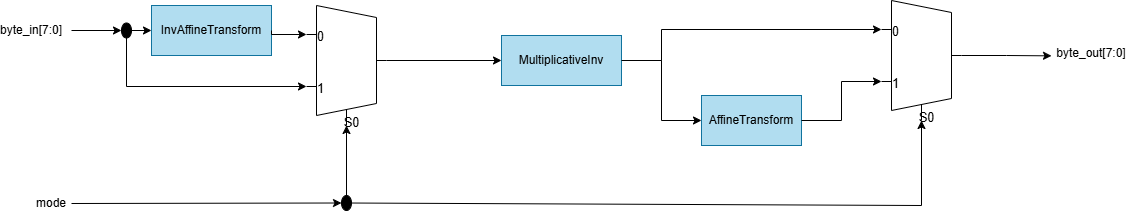
The draw.io diagram media/SBoxCombinationalLogic.png in LQLManZz/AES128-Verilog, before a commit. Source tidied: cells renumbered, new cells last; positions are measured from the earlier drawing's top-left corner, leaving out a move shared by most shapes.
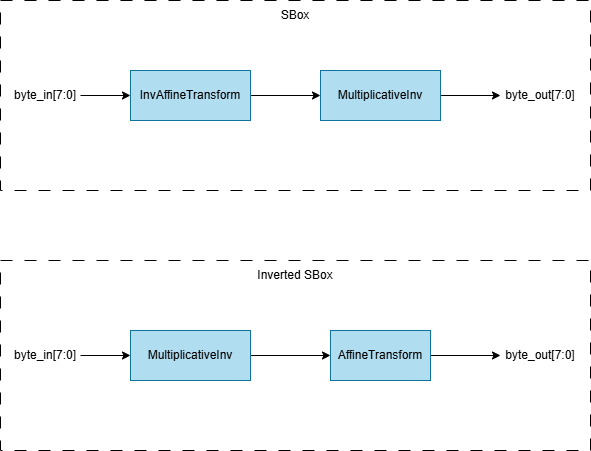
The same file after the commit.

The edit, as a diff of the source:
```diff
@@ -2,95 +2,68 @@
   <root>
     <mxCell id="0" />
     <mxCell id="1" parent="0" />
+    <mxCell id="24" style="group;" parent="1" vertex="1">
+      <mxGeometry x="20" y="195" width="590" height="190" as="geometry" />
+    </mxCell>
+    <mxCell id="25" style="whiteSpace=wrap;html=1;dashed=1;dashPattern=12 12;fillColor=none;" parent="24" vertex="1">
+      <mxGeometry width="590" height="190" as="geometry" />
+    </mxCell>
+    <mxCell id="26" value="Inverted SBox" style="text;html=1;whiteSpace=wrap;strokeColor=none;fillColor=none;align=center;verticalAlign=middle;rounded=0;" parent="24" vertex="1">
+      <mxGeometry x="245" width="100" height="30" as="geometry" />
+    </mxCell>
+    <mxCell id="27" style="edgeStyle=orthogonalEdgeStyle;rounded=0;jettySize=auto;html=1;" parent="24" edge="1" source="9" target="23">
+      <mxGeometry relative="1" as="geometry" />
+    </mxCell>
+    <mxCell id="9" value="AffineTransform" style="rounded=0;whiteSpace=wrap;html=1;fillColor=#b1ddf0;strokeColor=#10739e;" parent="24" vertex="1">
+      <mxGeometry x="330" y="70" width="100" height="50" as="geometry" />
+    </mxCell>
+    <mxCell id="23" value="byte_out[7:0]" style="text;html=1;whiteSpace=wrap;strokeColor=none;fillColor=none;align=center;verticalAlign=middle;rounded=0;" parent="24" vertex="1">
+      <mxGeometry x="500" y="80" width="80" height="30" as="geometry" />
+    </mxCell>
+    <mxCell id="28" style="edgeStyle=orthogonalEdgeStyle;rounded=0;jettySize=auto;html=1;" parent="24" edge="1" source="29" target="9">
+      <mxGeometry relative="1" as="geometry" />
+    </mxCell>
+    <mxCell id="29" value="MultiplicativeInv" style="rounded=0;whiteSpace=wrap;html=1;fillColor=#b1ddf0;strokeColor=#10739e;" parent="24" vertex="1">
+      <mxGeometry x="130" y="70" width="120" height="50" as="geometry" />
+    </mxCell>
+    <mxCell id="30" style="edgeStyle=orthogonalEdgeStyle;rounded=0;jettySize=auto;html=1;" parent="24" edge="1" source="31" target="29">
+      <mxGeometry relative="1" as="geometry" />
+    </mxCell>
+    <mxCell id="31" value="byte_in[7:0]" style="text;html=1;whiteSpace=wrap;strokeColor=none;fillColor=none;align=center;verticalAlign=middle;rounded=0;" parent="24" vertex="1">
+      <mxGeometry x="10" y="80" width="70" height="30" as="geometry" />
+    </mxCell>
+    <mxCell id="32" style="group;" parent="1" vertex="1">
+      <mxGeometry x="20" y="-65" width="590" height="190" as="geometry" />
+    </mxCell>
+    <mxCell id="33" style="edgeStyle=orthogonalEdgeStyle;rounded=0;jettySize=auto;html=1;" parent="32" edge="1" source="2" target="8">
+      <mxGeometry relative="1" as="geometry" />
+    </mxCell>
-    <mxCell id="2" value="InvAffineTransform" style="rounded=0;whiteSpace=wrap;html=1;fillColor=#b1ddf0;strokeColor=#10739e;" parent="1" vertex="1">
-      <mxGeometry x="150" y="5" width="120" height="50" as="geometry" />
+    <mxCell id="2" value="InvAffineTransform" style="rounded=0;whiteSpace=wrap;html=1;fillColor=#b1ddf0;strokeColor=#10739e;" parent="32" vertex="1">
+      <mxGeometry x="130" y="70" width="120" height="50" as="geometry" />
     </mxCell>
-    <mxCell id="3" style="edgeStyle=orthogonalEdgeStyle;rounded=0;jettySize=auto;html=1;exitX=1;exitY=0.5;exitDx=0;exitDy=-5;exitPerimeter=0;entryX=0;entryY=0.5;entryDx=0;entryDy=0;" parent="1" edge="1" source="4" target="8">
-      <mxGeometry relative="1" as="geometry" />
-    </mxCell>
-    <mxCell id="4" style="shadow=0;dashed=0;align=center;html=1;strokeWidth=1;shape=mxgraph.electrical.abstract.mux2;whiteSpace=wrap;fontSize=25;" parent="1" vertex="1">
-      <mxGeometry x="305" y="5" width="80" height="120" as="geometry" />
-    </mxCell>
-    <mxCell id="5" style="edgeStyle=orthogonalEdgeStyle;rounded=0;jettySize=auto;html=1;exitX=1;exitY=0.5;exitDx=0;exitDy=-5;exitPerimeter=0;" parent="1" edge="1" source="6">
-      <mxGeometry relative="1" as="geometry">
-        <mxPoint x="1050" y="55.3" as="targetPoint" />
-      </mxGeometry>
-    </mxCell>
-    <mxCell id="6" style="shadow=0;dashed=0;align=center;html=1;strokeWidth=1;shape=mxgraph.electrical.abstract.mux2;whiteSpace=wrap;perimeterSpacing=0;fontSize=25;" parent="1" vertex="1">
-      <mxGeometry x="880" width="80" height="120" as="geometry" />
-    </mxCell>
-    <mxCell id="7" style="edgeStyle=orthogonalEdgeStyle;rounded=0;jettySize=auto;html=1;exitX=1;exitY=0.5;exitDx=0;exitDy=0;entryX=0;entryY=0.5;entryDx=0;entryDy=0;curved=0;" parent="1" edge="1" source="8" target="9">
-      <mxGeometry relative="1" as="geometry" />
-    </mxCell>
+    <mxCell id="34" style="edgeStyle=orthogonalEdgeStyle;rounded=0;jettySize=auto;html=1;" parent="32" edge="1" source="8" target="36">
+      <mxGeometry relative="1" as="geometry" />
+    </mxCell>
-    <mxCell id="8" value="MultiplicativeInv" style="rounded=0;whiteSpace=wrap;html=1;fillColor=#b1ddf0;strokeColor=#10739e;" parent="1" vertex="1">
-      <mxGeometry x="500" y="35" width="120" height="50" as="geometry" />
+    <mxCell id="8" value="MultiplicativeInv" style="rounded=0;whiteSpace=wrap;html=1;fillColor=#b1ddf0;strokeColor=#10739e;" parent="32" vertex="1">
+      <mxGeometry x="320" y="70" width="120" height="50" as="geometry" />
     </mxCell>
-    <mxCell id="9" value="AffineTransform" style="rounded=0;whiteSpace=wrap;html=1;fillColor=#b1ddf0;strokeColor=#10739e;" parent="1" vertex="1">
-      <mxGeometry x="700" y="95" width="100" height="50" as="geometry" />
-    </mxCell>
-    <mxCell id="10" style="edgeStyle=orthogonalEdgeStyle;rounded=0;jettySize=auto;html=1;exitX=1;exitY=0.5;exitDx=0;exitDy=0;entryX=0;entryY=0.21666666666666667;entryDx=0;entryDy=3;entryPerimeter=0;" parent="1" edge="1" source="2" target="4">
-      <mxGeometry relative="1" as="geometry">
-        <Array as="points">
-          <mxPoint x="270" y="34" />
-        </Array>
-      </mxGeometry>
-    </mxCell>
-    <mxCell id="11" style="endArrow=classic;html=1;rounded=0;entryX=0;entryY=0.5;entryDx=0;entryDy=0;" parent="1" edge="1" source="13" target="2">
-      <mxGeometry relative="1" as="geometry" />
-    </mxCell>
-    <mxCell id="12" style="endArrow=classic;html=1;rounded=0;entryX=0;entryY=0.5;entryDx=0;entryDy=0;" parent="1" edge="1" target="13">
-      <mxGeometry relative="1" as="geometry">
-        <mxPoint x="70" y="30" as="sourcePoint" />
-      </mxGeometry>
-    </mxCell>
-    <mxCell id="13" style="ellipse;fillColor=strokeColor;html=1;" parent="1" vertex="1">
-      <mxGeometry x="120" y="22.5" width="10" height="15" as="geometry" />
-    </mxCell>
-    <mxCell id="14" style="edgeStyle=orthogonalEdgeStyle;rounded=0;jettySize=auto;html=1;exitX=0.5;exitY=1;exitDx=0;exitDy=0;entryX=0;entryY=0.65;entryDx=0;entryDy=3;entryPerimeter=0;curved=0;" parent="1" edge="1" source="13" target="4">
-      <mxGeometry relative="1" as="geometry" />
-    </mxCell>
-    <mxCell id="15" style="edgeStyle=orthogonalEdgeStyle;rounded=0;jettySize=auto;html=1;exitX=1;exitY=0.5;exitDx=0;exitDy=0;entryX=0;entryY=0.65;entryDx=0;entryDy=3;entryPerimeter=0;curved=0;" parent="1" edge="1" source="9" target="6">
-      <mxGeometry relative="1" as="geometry">
-        <Array as="points">
-          <mxPoint x="840" y="120" />
-          <mxPoint x="840" y="81" />
-        </Array>
-      </mxGeometry>
-    </mxCell>
-    <mxCell id="16" style="edgeStyle=orthogonalEdgeStyle;rounded=0;jettySize=auto;html=1;exitX=1;exitY=0.5;exitDx=0;exitDy=0;entryX=0;entryY=0.21666666666666667;entryDx=0;entryDy=3;entryPerimeter=0;curved=0;" parent="1" edge="1" source="8" target="6">
-      <mxGeometry relative="1" as="geometry">
-        <Array as="points">
-          <mxPoint x="660" y="60" />
-          <mxPoint x="660" y="29" />
-        </Array>
-      </mxGeometry>
-    </mxCell>
-    <mxCell id="17" style="endArrow=classic;html=1;rounded=0;entryX=0.375;entryY=1;entryDx=10;entryDy=0;entryPerimeter=0;curved=0;" parent="1" edge="1" source="19" target="6">
-      <mxGeometry relative="1" as="geometry">
-        <Array as="points">
-          <mxPoint x="920" y="205" />
-        </Array>
-      </mxGeometry>
-    </mxCell>
-    <mxCell id="18" style="endArrow=classic;html=1;rounded=0;entryX=0;entryY=0.5;entryDx=0;entryDy=0;" parent="1" edge="1" target="19">
-      <mxGeometry relative="1" as="geometry">
-        <mxPoint x="70" y="203" as="sourcePoint" />
-      </mxGeometry>
-    </mxCell>
-    <mxCell id="19" style="ellipse;fillColor=strokeColor;html=1;" parent="1" vertex="1">
-      <mxGeometry x="340" y="195" width="10" height="15" as="geometry" />
-    </mxCell>
-    <mxCell id="20" style="edgeStyle=orthogonalEdgeStyle;rounded=0;jettySize=auto;html=1;exitX=0.5;exitY=0;exitDx=0;exitDy=0;entryX=0.375;entryY=1;entryDx=10;entryDy=0;entryPerimeter=0;" parent="1" edge="1" source="19" target="4">
-      <mxGeometry relative="1" as="geometry" />
-    </mxCell>
+    <mxCell id="35" style="edgeStyle=orthogonalEdgeStyle;rounded=0;jettySize=auto;html=1;" parent="32" edge="1" source="21" target="2">
+      <mxGeometry relative="1" as="geometry" />
+    </mxCell>
-    <mxCell id="21" value="byte_in[7:0]" style="text;html=1;whiteSpace=wrap;strokeColor=none;fillColor=none;align=center;verticalAlign=middle;rounded=0;" parent="1" vertex="1">
-      <mxGeometry y="15" width="60" height="30" as="geometry" />
+    <mxCell id="21" value="byte_in[7:0]" style="text;html=1;whiteSpace=wrap;strokeColor=none;fillColor=none;align=center;verticalAlign=middle;rounded=0;" parent="32" vertex="1">
+      <mxGeometry x="10" y="80" width="70" height="30" as="geometry" />
     </mxCell>
-    <mxCell id="22" value="mode" style="text;html=1;whiteSpace=wrap;strokeColor=none;fillColor=none;align=center;verticalAlign=middle;rounded=0;" parent="1" vertex="1">
-      <mxGeometry x="30" y="187.5" width="40" height="30" as="geometry" />
-    </mxCell>
-    <mxCell id="23" value="byte_out[7:0]" style="text;html=1;whiteSpace=wrap;strokeColor=none;fillColor=none;align=center;verticalAlign=middle;rounded=0;" parent="1" vertex="1">
-      <mxGeometry x="1060" y="37.5" width="60" height="30" as="geometry" />
-    </mxCell>
+    <mxCell id="36" value="byte_out[7:0]" style="text;html=1;whiteSpace=wrap;strokeColor=none;fillColor=none;align=center;verticalAlign=middle;rounded=0;" parent="32" vertex="1">
+      <mxGeometry x="500" y="80" width="80" height="30" as="geometry" />
+    </mxCell>
+    <mxCell id="37" style="group;" parent="32" vertex="1">
+      <mxGeometry width="590" height="190" as="geometry" />
+    </mxCell>
+    <mxCell id="38" style="whiteSpace=wrap;html=1;dashed=1;dashPattern=12 12;fillColor=none;" parent="37" vertex="1">
+      <mxGeometry width="590" height="190" as="geometry" />
+    </mxCell>
+    <mxCell id="39" value="SBox" style="text;html=1;whiteSpace=wrap;strokeColor=none;fillColor=none;align=center;verticalAlign=middle;rounded=0;" parent="37" vertex="1">
+      <mxGeometry x="270" width="50" height="30" as="geometry" />
+    </mxCell>
   </root>
 </mxGraphModel>
```
